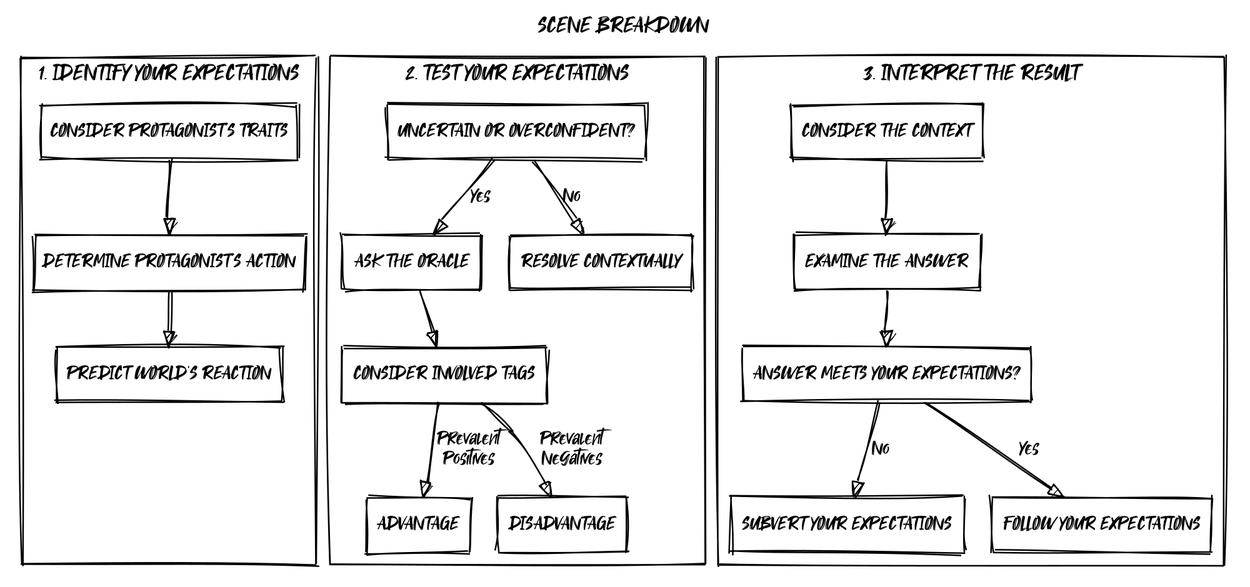
Above: en/diagrams/scene_breakdown.png in zeruhur/loner (Graphviz), before the change. Its source is kept beside it as en/diagrams/scene_breakdown.dot.
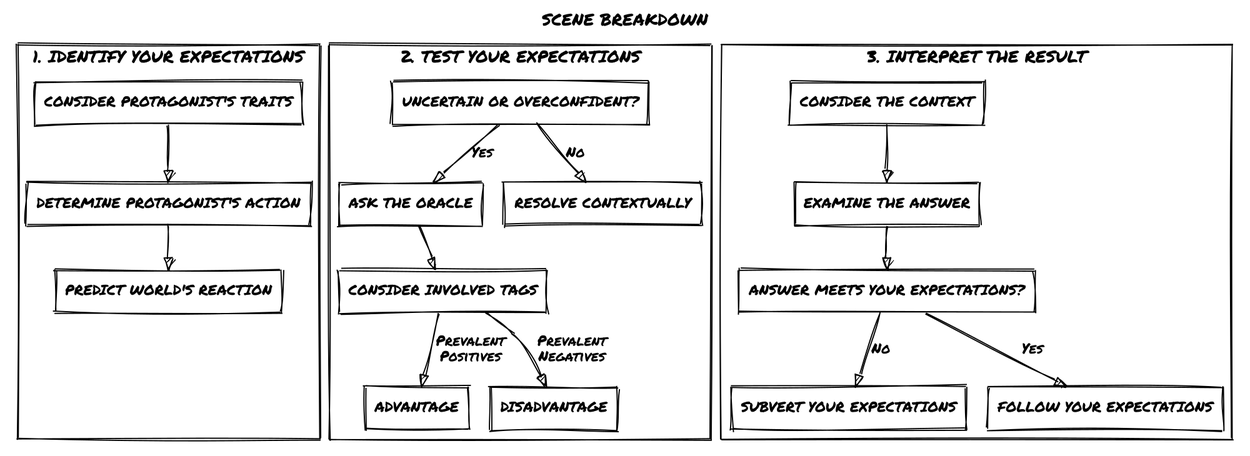
Above is the later version.

Diff of the diagram source:
```diff
@@ -1,10 +1,10 @@
 digraph scene_breakdown {
     label = "SCENE BREAKDOWN";
     labelloc="t";
-    fontname="Takota";
+    fontname="Permanent Marker";
     node [shape="rect", style = "",
-    fontname="Takota", fontsize=12];
-    edge [shape="rect", fontname="Takota", fontsize=12];
+    fontname="Permanent Marker", fontsize=12];
+    edge [shape="rect", fontname="Permanent Marker", fontsize=12];
 
     subgraph cluster_0 {
         label = "1. IDENTIFY YOUR EXPECTATIONS";
```
